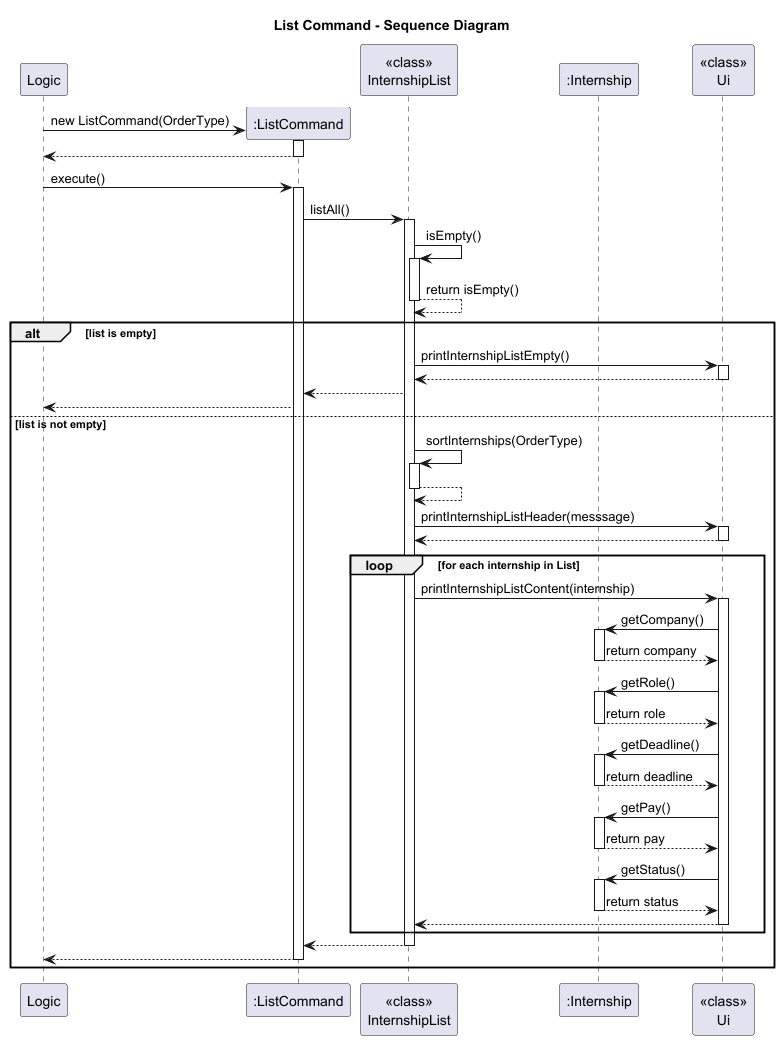
AY2526S1-CS2113-W14-4/tp keeps this PlantUML diagram as docs/diagrams/ListCommandSD.png. Above is the earlier version.
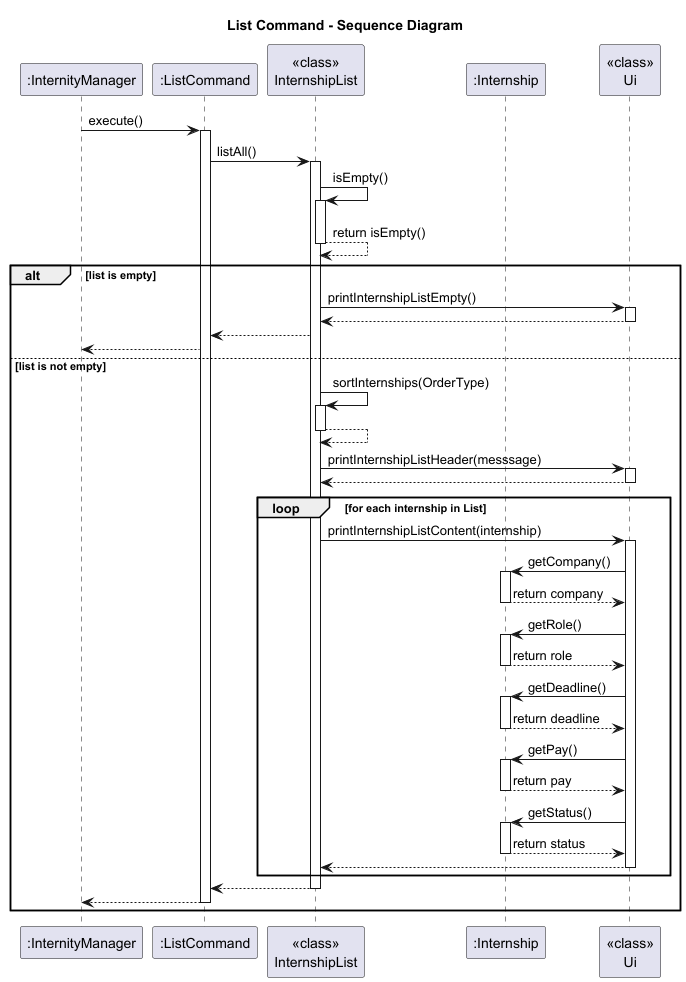
After the change.

The edit, as a diff of the source:
```diff
@@ -2,7 +2,7 @@
 !include Style.puml
 title List Command - Sequence Diagram
 
-participant "Logic" as Logic
+participant ":InternityManager" as Logic
 participant ":ListCommand" as Command
 
 participant "<<class>>\nInternshipList" as Model
@@ -10,11 +10,6 @@
 
 participant "<<class>>\nUi" as Ui
 
-create Command
-Logic -> Command : new ListCommand(OrderType)
-activate Command
-Command --> Logic
-deactivate Command
 
 Logic -> Command : execute()
 activate Command
```
